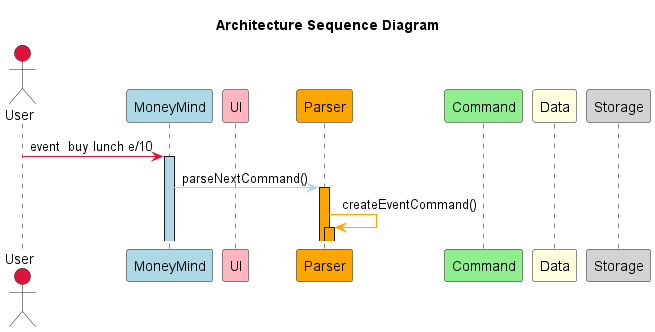
The PlantUML diagram docs/images/ArchitectureSequence.png in nus-cs2113-AY2223S2/tp, before a commit.
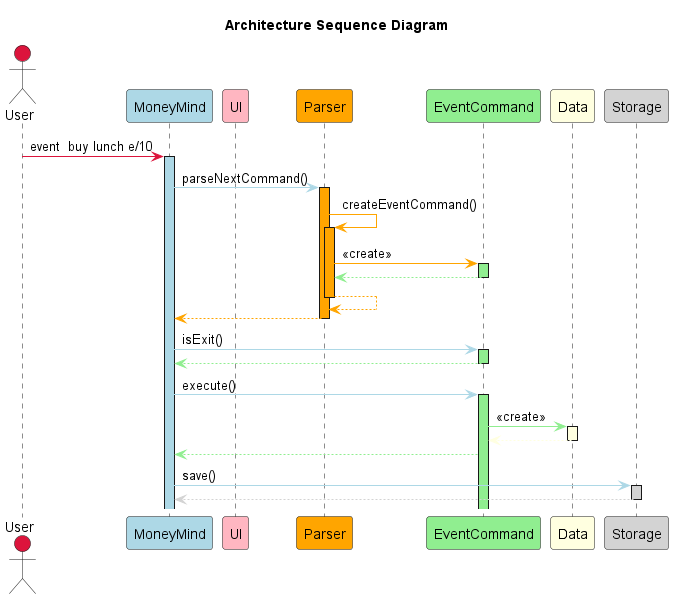
Above is the later version.

Commit message:
Create a sequence diagram for overall architecture

The edit, as a diff of the source:
```diff
@@ -6,9 +6,10 @@
 participant MoneyMind as mm #lightblue
 participant UI as ui #lightpink
 participant Parser as ps #orange
-participant Command as cmd #lightgreen
+participant EventCommand as event #lightgreen
 participant Data as data #lightyellow
 participant Storage as storage #lightgrey
+
 
 
 user -[#crimson]> mm : event  buy lunch e/10
@@ -19,6 +20,35 @@
 
 ps -[#orange]> ps : createEventCommand()
 activate ps #orange
+ps -[#orange]> event : <<create>>
+activate event #lightgreen
+event --[#lightgreen]> ps
+deactivate event #lightgreen
+ps --[#orange]> ps
+deactivate ps #orange
+ps --[#orange]> mm
+deactivate ps #orange
+
+mm -[#lightblue]> event : isExit()
+activate event #lightgreen
+event --[#lightgreen]> mm
+deactivate event #lightgreen
+
+mm -[#lightblue]> event : execute()
+activate event #lightgreen
+event -[#lightgreen]> data : <<create>>
+activate data #lightyellow
+data --[#lightyellow]> event
+deactivate data #lightyellow
+event --[#lightgreen]> mm
+
+mm -[#lightblue]> storage : save()
+activate storage #lightgrey
+storage --[#lightgrey]> mm
+deactivate storage #lightgrey
+
+
+
 
 
 
```
